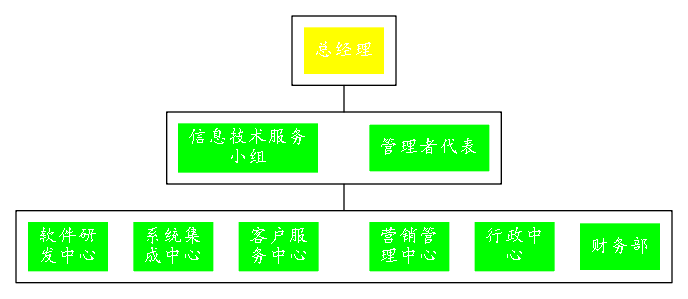
Before: Word-Printer/Graph.gv.png, a diagram exported from Graphviz (OtakuTools/WordPrinter). Its source is kept beside it as Word-Printer/Graph.gv. Source of this version:
```dot
graph {
	graph [rank=max]
	center=true compound=true rankdir=TB
	subgraph cluster00000 {
		graph [center=true ordering=out rank=max rankdir=LR]
		node [color=white fillcolor="#ffff00" fontcolor=white fontname=KaiTi shape=box style=filled]
		color=black compound=true
		"总经理" [label="总经理"]
	}
	subgraph cluster00001 {
		graph [center=true ordering=out rank=max rankdir=LR]
		node [color=white fillcolor="#00ff00" fontcolor=white fontname=KaiTi shape=box style=filled]
		color=black compound=true
		"管理者代表" [label="管理者代表"]
		cluster00001e [label="" color=white height=0 width=0]
		"信息技术服务小组" [label="信息技术服务
小组"]
	}
	subgraph cluster00002 {
		graph [center=true ordering=out rank=max rankdir=LR]
		node [color=white fillcolor="#00ff00" fontcolor=white fontname=KaiTi shape=box style=filled]
		color=black compound=true
		"财务部" [label="财务部
"]
		"行政中心" [label="行政中
心"]
		"营销管理中心" [label="营销管
理中心
"]
		cluster00002e [label="" color=white height=0 width=0]
		"客户服务中心" [label="客户服
务中心
"]
		"系统集成中心" [label="系统集
成中心
"]
		"软件研发中心" [label="软件研
发中心
"]
	}
	"总经理" -- cluster00001e [lhead=cluster00001 ltail=cluster00000]
	cluster00001e -- cluster00002e [lhead=cluster00002 ltail=cluster00001]
}
```
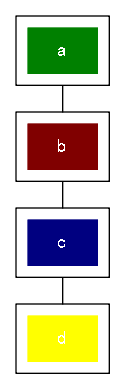
Later version of the same file.

The edit, as a diff of the source:
```diff
@@ -3,41 +3,29 @@
 	center=true compound=true rankdir=TB
 	subgraph cluster00000 {
 		graph [center=true ordering=out rank=max rankdir=LR]
-		node [color=white fillcolor="#ffff00" fontcolor=white fontname=KaiTi shape=box style=filled]
+		node [color=white fillcolor="#008000" fontcolor="#ffffff" fontname=KaiTi shape=box style=filled]
 		color=black compound=true
-		"总经理" [label="总经理"]
+		a [label=a]
 	}
 	subgraph cluster00001 {
 		graph [center=true ordering=out rank=max rankdir=LR]
-		node [color=white fillcolor="#00ff00" fontcolor=white fontname=KaiTi shape=box style=filled]
+		node [color=white fillcolor="#800000" fontcolor="#ffffff" fontname=KaiTi shape=box style=filled]
 		color=black compound=true
-		"管理者代表" [label="管理者代表"]
-		cluster00001e [label="" color=white height=0 width=0]
-		"信息技术服务小组" [label="信息技术服务
-小组"]
+		b [label=b]
 	}
 	subgraph cluster00002 {
 		graph [center=true ordering=out rank=max rankdir=LR]
-		node [color=white fillcolor="#00ff00" fontcolor=white fontname=KaiTi shape=box style=filled]
+		node [color=white fillcolor="#000080" fontcolor="#ffffff" fontname=KaiTi shape=box style=filled]
 		color=black compound=true
-		"财务部" [label="财务部
-"]
-		"行政中心" [label="行政中
-心"]
-		"营销管理中心" [label="营销管
-理中心
-"]
-		cluster00002e [label="" color=white height=0 width=0]
-		"客户服务中心" [label="客户服
-务中心
-"]
-		"系统集成中心" [label="系统集
-成中心
-"]
-		"软件研发中心" [label="软件研
-发中心
-"]
+		c [label=c]
 	}
-	"总经理" -- cluster00001e [lhead=cluster00001 ltail=cluster00000]
-	cluster00001e -- cluster00002e [lhead=cluster00002 ltail=cluster00001]
+	subgraph cluster00003 {
+		graph [center=true ordering=out rank=max rankdir=LR]
+		node [color=white fillcolor="#ffff00" fontcolor="#ffffff" fontname=KaiTi shape=box style=filled]
+		color=black compound=true
+		d [label=d]
+	}
+	a -- b [lhead=cluster00001 ltail=cluster00000]
+	b -- c [lhead=cluster00002 ltail=cluster00001]
+	c -- d [lhead=cluster00003 ltail=cluster00002]
 }
```
